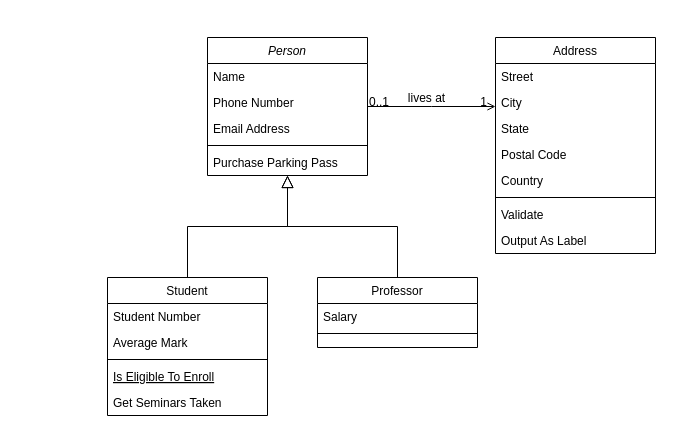
Before: 제목 없는 다이어그램.drawio in Rookies13/Senanam, a draw.io diagram. Source tidied: cells renumbered, new cells numbered last; positions are measured from the earlier drawing's top-left corner, leaving out a move shared by most shapes. Both pictures are drawn from the tidied source at 100%, with x=0, y=0 at pixel (107, 37).
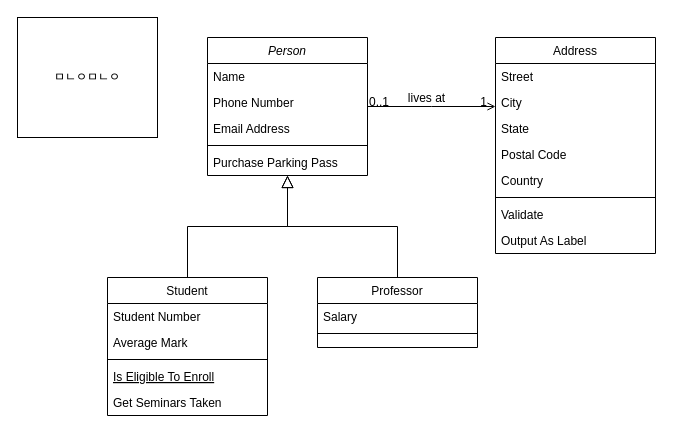
The same diagram, later.

Commit message (it also covers changes not shown here):
제목 없는 다이어그램.drawio 업데이트

The edit, as a diff of the source:
```diff
@@
+    <mxCell id="32" value="ㅁㄴㅇㅁㄴㅇ" style="rounded=0;whiteSpace=wrap;html=1;" parent="1" vertex="1">
+      <mxGeometry x="-90" y="-20" width="140" height="120" as="geometry" />
+    </mxCell>
```
